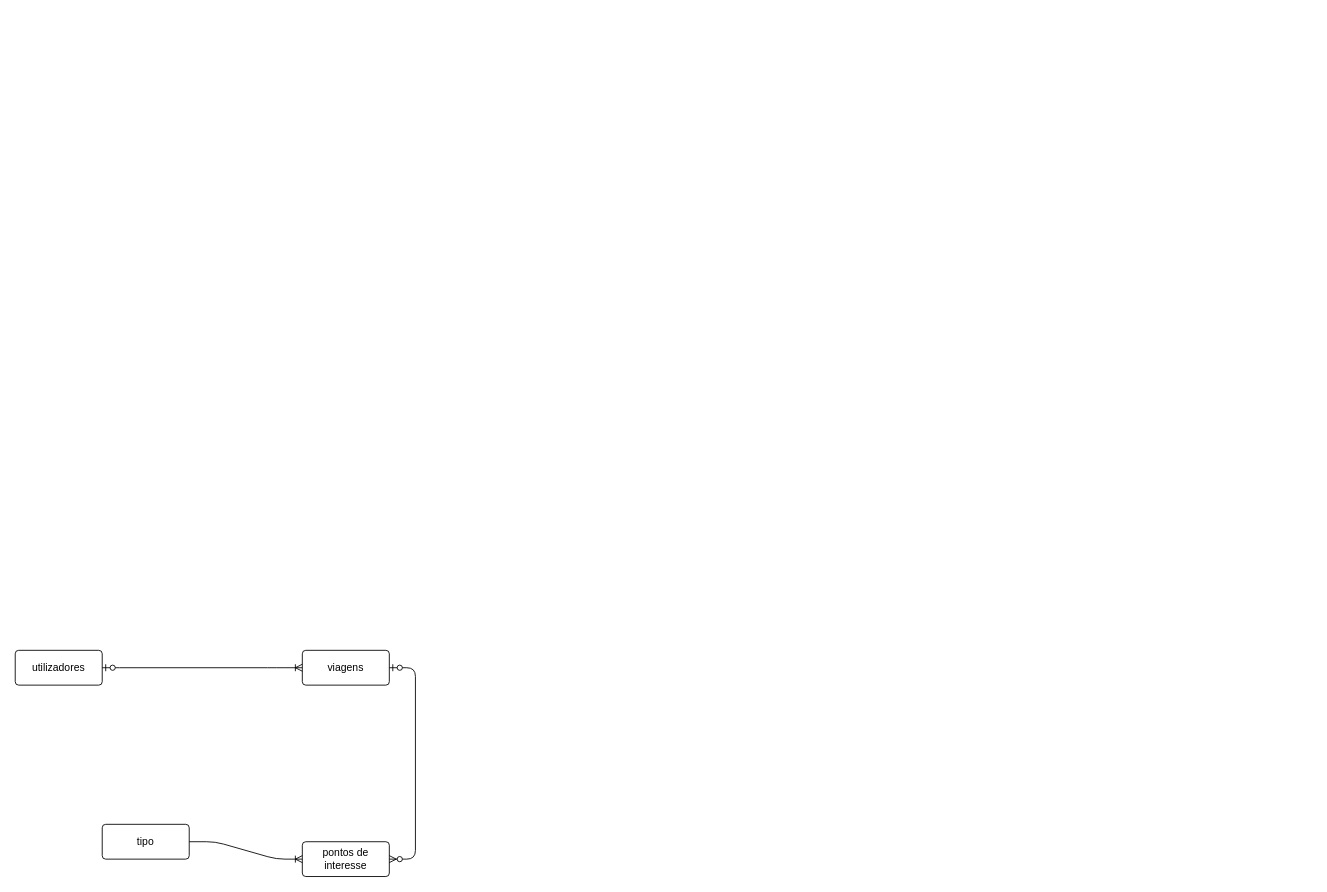
Before: DB/shareTrip.drawio in printfDamian/share-trip, a draw.io diagram. Source tidied: cells renumbered, new cells numbered last; positions are measured from the earlier drawing's top-left corner, leaving out a move shared by most shapes. Both pictures are drawn from the tidied source at 87%, with x=0, y=0 at pixel (15, 650).
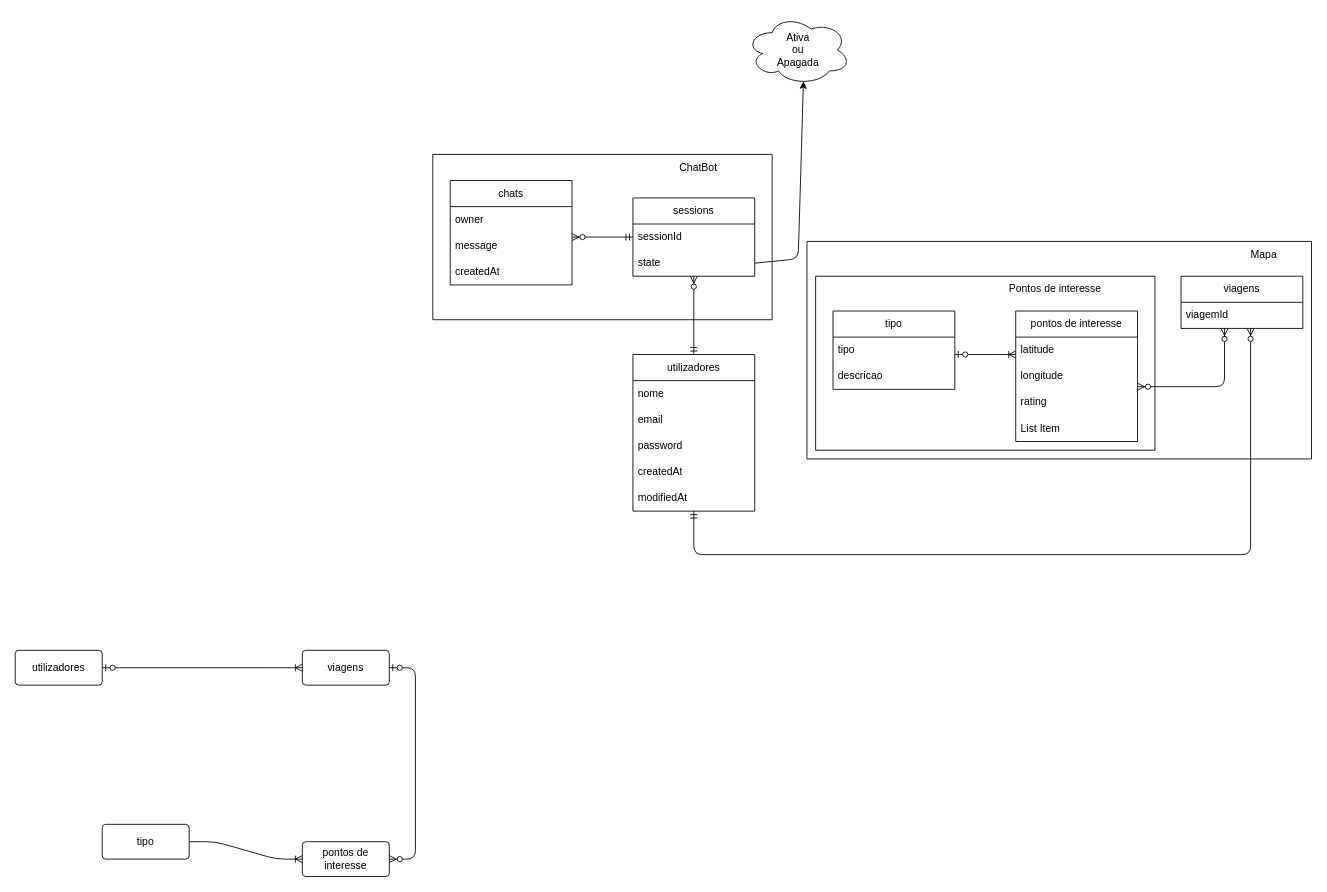
The same diagram, later.

Commit message:
Added the chatbot architecture to the db drawio schema | WIP

The edit, as a diff of the source:
```diff
@@
+    <mxCell id="9" value="utilizadores" style="swimlane;fontStyle=0;horizontal=1;startSize=30;whiteSpace=wrap;html=1;" parent="1" vertex="1">
+      <mxGeometry x="710" y="-340" width="140" height="180" as="geometry" />
+    </mxCell>
+    <mxCell id="10" value="nome" style="text;strokeColor=none;fillColor=none;align=left;verticalAlign=middle;spacingLeft=4;spacingRight=4;overflow=hidden;whiteSpace=wrap;html=1;" parent="9" vertex="1">
+      <mxGeometry y="30" width="140" height="30" as="geometry" />
+    </mxCell>
+    <mxCell id="11" value="email" style="text;strokeColor=none;fillColor=none;align=left;verticalAlign=middle;spacingLeft=4;spacingRight=4;overflow=hidden;whiteSpace=wrap;html=1;" parent="9" vertex="1">
+      <mxGeometry y="60" width="140" height="30" as="geometry" />
+    </mxCell>
+    <mxCell id="12" value="password" style="text;strokeColor=none;fillColor=none;align=left;verticalAlign=middle;spacingLeft=4;spacingRight=4;overflow=hidden;whiteSpace=wrap;html=1;" parent="9" vertex="1">
+      <mxGeometry y="90" width="140" height="30" as="geometry" />
+    </mxCell>
+    <mxCell id="13" value="createdAt" style="text;strokeColor=none;fillColor=none;align=left;verticalAlign=middle;spacingLeft=4;spacingRight=4;overflow=hidden;whiteSpace=wrap;html=1;" parent="9" vertex="1">
+      <mxGeometry y="120" width="140" height="30" as="geometry" />
+    </mxCell>
+    <mxCell id="14" value="modifiedAt" style="text;strokeColor=none;fillColor=none;align=left;verticalAlign=middle;spacingLeft=4;spacingRight=4;overflow=hidden;whiteSpace=wrap;html=1;" parent="9" vertex="1">
+      <mxGeometry y="150" width="140" height="30" as="geometry" />
+    </mxCell>
+    <mxCell id="15" style="swimlane;startSize=0;" parent="1" vertex="1">
+      <mxGeometry x="910" y="-470" width="580" height="250" as="geometry" />
+    </mxCell>
+    <mxCell id="16" value="viagens" style="swimlane;fontStyle=0;horizontal=1;startSize=30;whiteSpace=wrap;html=1;" parent="15" vertex="1">
+      <mxGeometry x="430" y="40" width="140" height="60" as="geometry" />
+    </mxCell>
+    <mxCell id="17" value="viagemId" style="text;strokeColor=none;fillColor=none;align=left;verticalAlign=middle;spacingLeft=4;spacingRight=4;overflow=hidden;whiteSpace=wrap;html=1;" parent="16" vertex="1">
+      <mxGeometry y="30" width="140" height="30" as="geometry" />
+    </mxCell>
+    <mxCell id="18" value="Mapa" style="text;html=1;align=center;verticalAlign=middle;strokeColor=none;fillColor=none;" parent="15" vertex="1">
+      <mxGeometry x="500" width="50" height="30" as="geometry" />
+    </mxCell>
+    <mxCell id="19" style="swimlane;startSize=0;" parent="15" vertex="1">
+      <mxGeometry x="10" y="40" width="390" height="200" as="geometry" />
+    </mxCell>
+    <mxCell id="20" value="tipo" style="swimlane;fontStyle=0;horizontal=1;startSize=30;whiteSpace=wrap;html=1;" parent="19" vertex="1">
+      <mxGeometry x="20" y="40" width="140" height="90" as="geometry" />
+    </mxCell>
+    <mxCell id="21" value="tipo" style="text;strokeColor=none;fillColor=none;align=left;verticalAlign=middle;spacingLeft=4;spacingRight=4;overflow=hidden;whiteSpace=wrap;html=1;" parent="20" vertex="1">
+      <mxGeometry y="30" width="140" height="30" as="geometry" />
+    </mxCell>
+    <mxCell id="22" value="descricao" style="text;strokeColor=none;fillColor=none;align=left;verticalAlign=middle;spacingLeft=4;spacingRight=4;overflow=hidden;whiteSpace=wrap;html=1;" parent="20" vertex="1">
+      <mxGeometry y="60" width="140" height="30" as="geometry" />
+    </mxCell>
+    <mxCell id="23" value="Pontos de interesse" style="text;html=1;align=center;verticalAlign=middle;strokeColor=none;fillColor=none;" parent="19" vertex="1">
+      <mxGeometry x="210" width="130" height="30" as="geometry" />
+    </mxCell>
+    <mxCell id="24" value="pontos de interesse" style="swimlane;fontStyle=0;horizontal=1;startSize=30;whiteSpace=wrap;html=1;" parent="19" vertex="1">
+      <mxGeometry x="230" y="40" width="140" height="150" as="geometry" />
+    </mxCell>
+    <mxCell id="25" value="latitude" style="text;strokeColor=none;fillColor=none;align=left;verticalAlign=middle;spacingLeft=4;spacingRight=4;overflow=hidden;whiteSpace=wrap;html=1;" parent="24" vertex="1">
+      <mxGeometry y="30" width="140" height="30" as="geometry" />
+    </mxCell>
+    <mxCell id="26" value="longitude" style="text;strokeColor=none;fillColor=none;align=left;verticalAlign=middle;spacingLeft=4;spacingRight=4;overflow=hidden;whiteSpace=wrap;html=1;" parent="24" vertex="1">
+      <mxGeometry y="60" width="140" height="30" as="geometry" />
+    </mxCell>
+    <mxCell id="27" value="rating" style="text;strokeColor=none;fillColor=none;align=left;verticalAlign=middle;spacingLeft=4;spacingRight=4;overflow=hidden;whiteSpace=wrap;html=1;" parent="24" vertex="1">
+      <mxGeometry y="90" width="140" height="30" as="geometry" />
+    </mxCell>
+    <mxCell id="28" value="List Item" style="text;strokeColor=none;fillColor=none;align=left;verticalAlign=middle;spacingLeft=4;spacingRight=4;overflow=hidden;whiteSpace=wrap;html=1;" parent="24" vertex="1">
+      <mxGeometry y="120" width="140" height="30" as="geometry" />
+    </mxCell>
+    <mxCell id="29" style="edgeStyle=orthogonalEdgeStyle;fontSize=12;html=1;endArrow=ERoneToMany;startArrow=ERzeroToOne;" parent="19" edge="1" source="20" target="24">
+      <mxGeometry relative="1" as="geometry">
+        <Array as="points">
+          <mxPoint x="200" y="90" />
+          <mxPoint x="200" y="90" />
+        </Array>
+      </mxGeometry>
+    </mxCell>
+    <mxCell id="30" style="edgeStyle=orthogonalEdgeStyle;fontSize=12;html=1;endArrow=ERzeroToMany;endFill=1;startArrow=ERzeroToMany;" parent="15" edge="1" source="24" target="16">
+      <mxGeometry relative="1" as="geometry">
+        <Array as="points">
+          <mxPoint x="480" y="167" />
+        </Array>
+      </mxGeometry>
+    </mxCell>
+    <mxCell id="31" style="swimlane;startSize=0;" parent="1" vertex="1">
+      <mxGeometry x="480" y="-570" width="390" height="190" as="geometry" />
+    </mxCell>
+    <mxCell id="32" value="ChatBot" style="text;html=1;align=center;verticalAlign=middle;strokeColor=none;fillColor=none;" parent="31" vertex="1">
+      <mxGeometry x="270" width="70" height="30" as="geometry" />
+    </mxCell>
+    <mxCell id="33" value="sessions" style="swimlane;fontStyle=0;horizontal=1;startSize=30;whiteSpace=wrap;html=1;" parent="31" vertex="1">
+      <mxGeometry x="230" y="50" width="140" height="90" as="geometry" />
+    </mxCell>
+    <mxCell id="34" value="sessionId" style="text;strokeColor=none;fillColor=none;align=left;verticalAlign=middle;spacingLeft=4;spacingRight=4;overflow=hidden;whiteSpace=wrap;html=1;" parent="33" vertex="1">
+      <mxGeometry y="30" width="140" height="30" as="geometry" />
+    </mxCell>
+    <mxCell id="35" value="state" style="text;strokeColor=none;fillColor=none;align=left;verticalAlign=middle;spacingLeft=4;spacingRight=4;overflow=hidden;points=[[0,0.5],[1,0.5]];portConstraint=eastwest;whiteSpace=wrap;html=1;" parent="33" vertex="1">
+      <mxGeometry y="60" width="140" height="30" as="geometry" />
+    </mxCell>
+    <mxCell id="36" value="chats" style="swimlane;fontStyle=0;horizontal=1;startSize=30;whiteSpace=wrap;html=1;" parent="31" vertex="1">
+      <mxGeometry x="20" y="30" width="140" height="120" as="geometry" />
+    </mxCell>
+    <mxCell id="37" value="owner" style="text;strokeColor=none;fillColor=none;align=left;verticalAlign=middle;spacingLeft=4;spacingRight=4;overflow=hidden;whiteSpace=wrap;html=1;" parent="36" vertex="1">
+      <mxGeometry y="30" width="140" height="30" as="geometry" />
+    </mxCell>
+    <mxCell id="38" value="message" style="text;strokeColor=none;fillColor=none;align=left;verticalAlign=middle;spacingLeft=4;spacingRight=4;overflow=hidden;whiteSpace=wrap;html=1;" parent="36" vertex="1">
+      <mxGeometry y="60" width="140" height="30" as="geometry" />
+    </mxCell>
+    <mxCell id="39" value="createdAt" style="text;strokeColor=none;fillColor=none;align=left;verticalAlign=middle;spacingLeft=4;spacingRight=4;overflow=hidden;whiteSpace=wrap;html=1;" parent="36" vertex="1">
+      <mxGeometry y="90" width="140" height="30" as="geometry" />
+    </mxCell>
+    <mxCell id="40" style="edgeStyle=orthogonalEdgeStyle;fontSize=12;html=1;endArrow=ERzeroToMany;startArrow=ERmandOne;" parent="31" edge="1" source="33" target="36">
+      <mxGeometry relative="1" as="geometry">
+        <Array as="points">
+          <mxPoint x="180" y="95" />
+          <mxPoint x="180" y="95" />
+        </Array>
+      </mxGeometry>
+    </mxCell>
+    <mxCell id="41" value="Ativa&lt;div&gt;ou&lt;/div&gt;&lt;div&gt;Apagada&lt;/div&gt;" style="ellipse;shape=cloud;whiteSpace=wrap;html=1;" parent="1" vertex="1">
+      <mxGeometry x="840" y="-730" width="120" height="80" as="geometry" />
+    </mxCell>
+    <mxCell id="42" style="edgeStyle=none;html=1;exitX=1;exitY=0.5;exitDx=0;exitDy=0;entryX=0.55;entryY=0.95;entryDx=0;entryDy=0;entryPerimeter=0;" parent="1" edge="1" source="35" target="41">
+      <mxGeometry relative="1" as="geometry">
+        <Array as="points">
+          <mxPoint x="900" y="-450" />
+        </Array>
+      </mxGeometry>
+    </mxCell>
+    <mxCell id="43" style="edgeStyle=orthogonalEdgeStyle;fontSize=12;html=1;endArrow=ERzeroToMany;startArrow=ERmandOne;" parent="1" edge="1" source="9" target="33">
+      <mxGeometry relative="1" as="geometry" />
+    </mxCell>
+    <mxCell id="44" style="edgeStyle=orthogonalEdgeStyle;fontSize=12;html=1;endArrow=ERzeroToMany;startArrow=ERmandOne;" parent="1" edge="1" source="9" target="16">
+      <mxGeometry relative="1" as="geometry">
+        <Array as="points">
+          <mxPoint x="780" y="-110" />
+          <mxPoint x="1420" y="-110" />
+        </Array>
+      </mxGeometry>
+    </mxCell>
```
